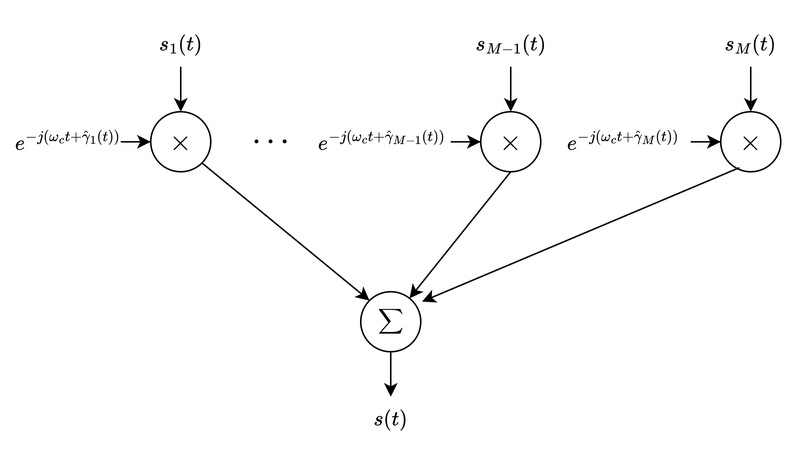
Earlier version of the draw.io export egc.png (osowatzke/ECE_638). Source tidied: cells renumbered, new cells last; positions are measured from the earlier drawing's top-left corner, leaving out a move shared by most shapes.
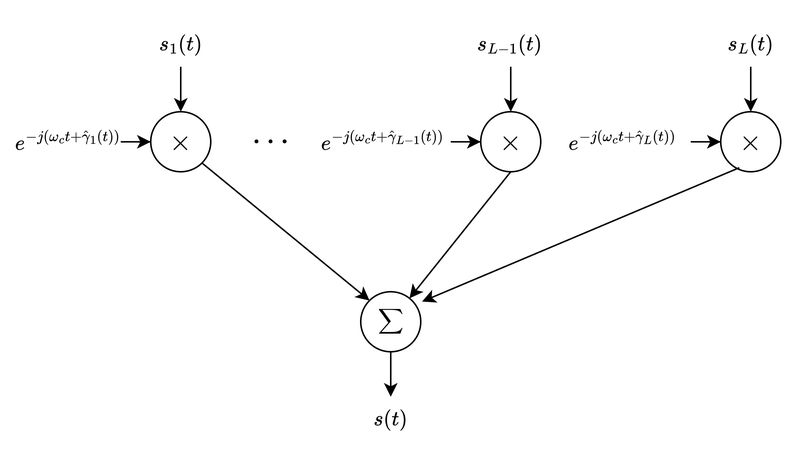
Above is the later version.

Diff of the diagram source:
```diff
@@ -17,18 +17,18 @@
     <mxCell id="6" value="$$e^{-j(\omega_ct+\hat{\gamma}_1(t))}$$" style="text;html=1;align=center;verticalAlign=middle;whiteSpace=wrap;rounded=0;" parent="1" vertex="1">
       <mxGeometry y="65" width="70" height="30" as="geometry" />
     </mxCell>
-    <mxCell id="7" style="edgeStyle=orthogonalEdgeStyle;rounded=0;jettySize=auto;html=1;" parent="1" edge="1" source="8" target="3">
-      <mxGeometry relative="1" as="geometry" />
-    </mxCell>
-    <mxCell id="8" value="$$e^{-j(\omega_ct+\hat{\gamma}_{M-1}(t))}$$" style="text;html=1;align=center;verticalAlign=middle;whiteSpace=wrap;rounded=0;" parent="1" vertex="1">
-      <mxGeometry x="200" y="65" width="90" height="30" as="geometry" />
-    </mxCell>
-    <mxCell id="9" style="edgeStyle=orthogonalEdgeStyle;rounded=0;jettySize=auto;html=1;" parent="1" edge="1" source="10" target="4">
-      <mxGeometry relative="1" as="geometry" />
-    </mxCell>
-    <mxCell id="10" value="$$e^{-j(\omega_ct + \hat{\gamma}_{M}(t))}$$" style="text;html=1;align=center;verticalAlign=middle;whiteSpace=wrap;rounded=0;" parent="1" vertex="1">
-      <mxGeometry x="360" y="65" width="90" height="30" as="geometry" />
-    </mxCell>
+    <mxCell id="24" style="edgeStyle=orthogonalEdgeStyle;rounded=0;jettySize=auto;html=1;" parent="1" edge="1" source="25" target="3">
+      <mxGeometry relative="1" as="geometry" />
+    </mxCell>
+    <mxCell id="25" value="$$e^{-j(\omega_ct+\hat{\gamma}_{L-1}(t))}$$" style="text;html=1;align=center;verticalAlign=middle;whiteSpace=wrap;rounded=0;" parent="1" vertex="1">
+      <mxGeometry x="200" y="65" width="90" height="30" as="geometry" />
+    </mxCell>
+    <mxCell id="26" style="edgeStyle=orthogonalEdgeStyle;rounded=0;jettySize=auto;html=1;" parent="1" edge="1" source="27" target="4">
+      <mxGeometry relative="1" as="geometry" />
+    </mxCell>
+    <mxCell id="27" value="$$e^{-j(\omega_ct + \hat{\gamma}_{L}(t))}$$" style="text;html=1;align=center;verticalAlign=middle;whiteSpace=wrap;rounded=0;" parent="1" vertex="1">
+      <mxGeometry x="360" y="65" width="90" height="30" as="geometry" />
+    </mxCell>
     <mxCell id="11" value="&lt;font style=&quot;font-size: 10px;&quot;&gt;$$\sum$$&lt;/font&gt;" style="ellipse;whiteSpace=wrap;html=1;fontSize=10;" parent="1" vertex="1">
       <mxGeometry x="230" y="180" width="40" height="40" as="geometry" />
     </mxCell>
@@ -50,18 +50,18 @@
     <mxCell id="17" value="$$s_1(t)$$" style="text;html=1;align=center;verticalAlign=middle;whiteSpace=wrap;rounded=0;" parent="1" vertex="1">
       <mxGeometry x="80" width="60" height="30" as="geometry" />
     </mxCell>
-    <mxCell id="18" style="edgeStyle=orthogonalEdgeStyle;rounded=0;jettySize=auto;html=1;exitX=0.5;exitY=1;exitDx=0;exitDy=0;entryX=0.5;entryY=0;entryDx=0;entryDy=0;" parent="1" edge="1" source="19" target="3">
-      <mxGeometry relative="1" as="geometry" />
-    </mxCell>
-    <mxCell id="19" value="$$s_{M-1}(t)$$" style="text;html=1;align=center;verticalAlign=middle;whiteSpace=wrap;rounded=0;" parent="1" vertex="1">
-      <mxGeometry x="300" width="60" height="30" as="geometry" />
-    </mxCell>
-    <mxCell id="20" style="edgeStyle=orthogonalEdgeStyle;rounded=0;jettySize=auto;html=1;exitX=0.5;exitY=1;exitDx=0;exitDy=0;entryX=0.5;entryY=0;entryDx=0;entryDy=0;" parent="1" edge="1" source="21" target="4">
-      <mxGeometry relative="1" as="geometry" />
-    </mxCell>
-    <mxCell id="21" value="$$s_{M}(t)$$" style="text;html=1;align=center;verticalAlign=middle;whiteSpace=wrap;rounded=0;" parent="1" vertex="1">
-      <mxGeometry x="460" width="60" height="30" as="geometry" />
-    </mxCell>
+    <mxCell id="28" style="edgeStyle=orthogonalEdgeStyle;rounded=0;jettySize=auto;html=1;exitX=0.5;exitY=1;exitDx=0;exitDy=0;entryX=0.5;entryY=0;entryDx=0;entryDy=0;" parent="1" edge="1" source="29" target="3">
+      <mxGeometry relative="1" as="geometry" />
+    </mxCell>
+    <mxCell id="29" value="$$s_{L-1}(t)$$" style="text;html=1;align=center;verticalAlign=middle;whiteSpace=wrap;rounded=0;" parent="1" vertex="1">
+      <mxGeometry x="300" width="60" height="30" as="geometry" />
+    </mxCell>
+    <mxCell id="30" style="edgeStyle=orthogonalEdgeStyle;rounded=0;jettySize=auto;html=1;exitX=0.5;exitY=1;exitDx=0;exitDy=0;entryX=0.5;entryY=0;entryDx=0;entryDy=0;" parent="1" edge="1" source="31" target="4">
+      <mxGeometry relative="1" as="geometry" />
+    </mxCell>
+    <mxCell id="31" value="$$s_{L}(t)$$" style="text;html=1;align=center;verticalAlign=middle;whiteSpace=wrap;rounded=0;" parent="1" vertex="1">
+      <mxGeometry x="460" width="60" height="30" as="geometry" />
+    </mxCell>
     <mxCell id="22" style="endArrow=classic;html=1;rounded=0;exitX=0.5;exitY=1;exitDx=0;exitDy=0;entryX=0.5;entryY=0;entryDx=0;entryDy=0;" parent="1" edge="1" source="11" target="23">
       <mxGeometry relative="1" as="geometry" />
     </mxCell>
```
